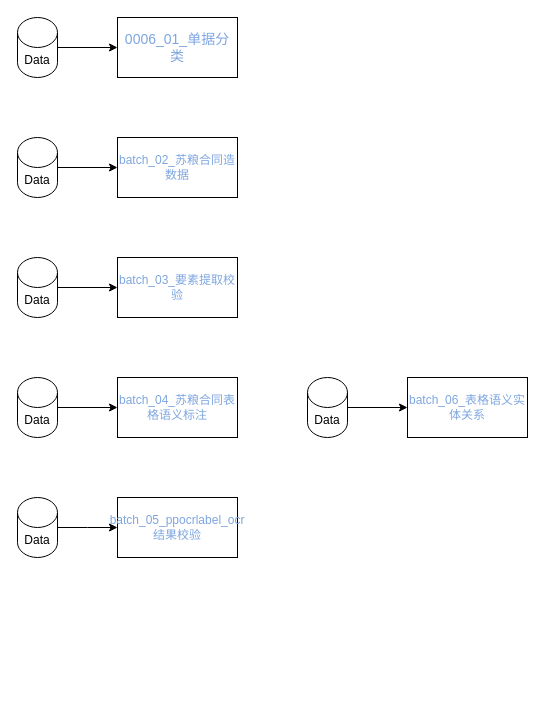
Saiable/drawio keeps this draw.io diagram as page "第 1 页" (2 of 2) of TagTaskRelationship.drawio. Above is the earlier version. Source tidied: cells renumbered, new cells numbered last; positions are measured from the earlier drawing's top-left corner, leaving out a move shared by most shapes. Both pictures are drawn from the tidied source at 100%, with x=0, y=0 at pixel (17, 17).
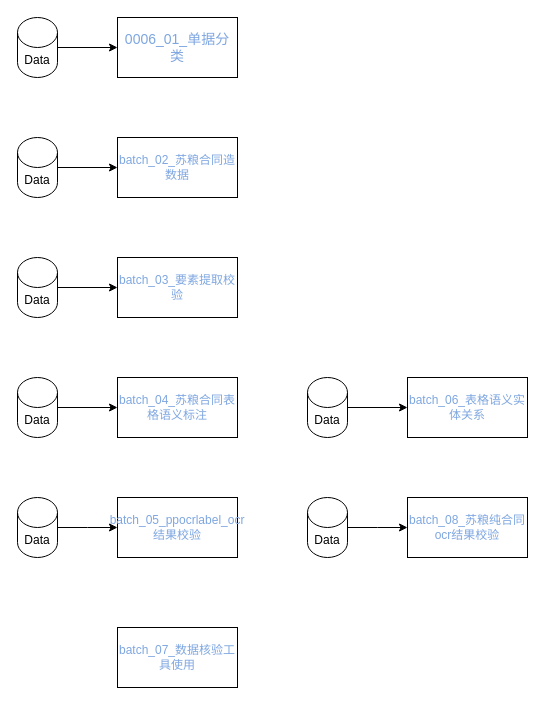
After the change.

The edit, as a diff of the source:
```diff
@@
+    <mxCell id="20" value="batch_07_数据核验工具使用" style="rounded=0;whiteSpace=wrap;html=1;fontColor=#7EA6E0;" parent="1" vertex="1">
+      <mxGeometry x="100" y="610" width="120" height="60" as="geometry" />
+    </mxCell>
+    <mxCell id="21" value="batch_08_苏粮纯合同ocr结果校验" style="rounded=0;whiteSpace=wrap;html=1;fontColor=#7EA6E0;" parent="1" vertex="1">
+      <mxGeometry x="390" y="480" width="120" height="60" as="geometry" />
+    </mxCell>
+    <mxCell id="22" style="edgeStyle=orthogonalEdgeStyle;rounded=0;jettySize=auto;html=1;entryX=0;entryY=0.5;entryDx=0;entryDy=0;" parent="1" edge="1" source="23">
+      <mxGeometry relative="1" as="geometry">
+        <mxPoint x="390" y="510" as="targetPoint" />
+      </mxGeometry>
+    </mxCell>
+    <mxCell id="23" value="Data" style="shape=cylinder3;whiteSpace=wrap;html=1;boundedLbl=1;backgroundOutline=1;size=15;" parent="1" vertex="1">
+      <mxGeometry x="290" y="480" width="40" height="60" as="geometry" />
+    </mxCell>
```
